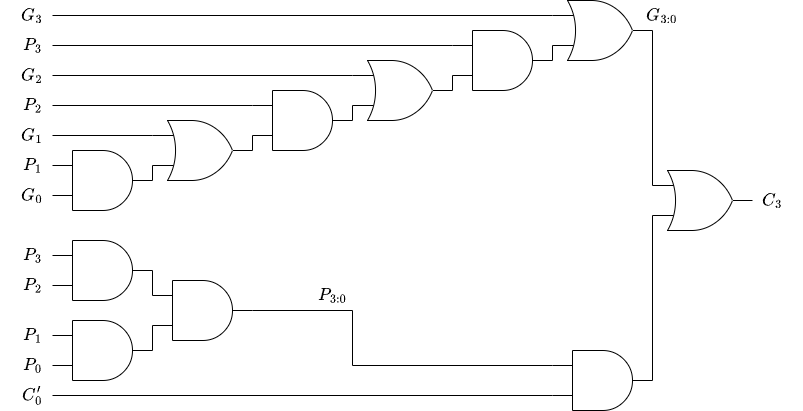
iinuma0710/computer_architecture keeps this draw.io diagram as images/4bit_adder_carry.drawio.png. Above is the earlier version. Source tidied: cells renumbered, new cells last; positions are measured from the earlier drawing's top-left corner, leaving out a move shared by most shapes. The source it was exported from:
```xml
<mxGraphModel math="1">
  <root>
    <mxCell id="0" />
    <mxCell id="1" parent="0" />
    <mxCell id="2" style="verticalLabelPosition=bottom;shadow=0;dashed=0;align=center;html=1;verticalAlign=top;shape=mxgraph.electrical.logic_gates.logic_gate;operation=and;" parent="1" vertex="1">
      <mxGeometry x="40" y="150" width="100" height="60" as="geometry" />
    </mxCell>
    <mxCell id="3" style="verticalLabelPosition=bottom;shadow=0;dashed=0;align=center;html=1;verticalAlign=top;shape=mxgraph.electrical.logic_gates.logic_gate;operation=or;" parent="1" vertex="1">
      <mxGeometry x="140" y="120" width="100" height="60" as="geometry" />
    </mxCell>
    <mxCell id="4" style="verticalLabelPosition=bottom;shadow=0;dashed=0;align=center;html=1;verticalAlign=top;shape=mxgraph.electrical.logic_gates.logic_gate;operation=and;" parent="1" vertex="1">
      <mxGeometry x="240" y="90" width="100" height="60" as="geometry" />
    </mxCell>
    <mxCell id="5" style="verticalLabelPosition=bottom;shadow=0;dashed=0;align=center;html=1;verticalAlign=top;shape=mxgraph.electrical.logic_gates.logic_gate;operation=or;" parent="1" vertex="1">
      <mxGeometry x="340" y="60" width="100" height="60" as="geometry" />
    </mxCell>
    <mxCell id="6" style="verticalLabelPosition=bottom;shadow=0;dashed=0;align=center;html=1;verticalAlign=top;shape=mxgraph.electrical.logic_gates.logic_gate;operation=and;" parent="1" vertex="1">
      <mxGeometry x="440" y="30" width="100" height="60" as="geometry" />
    </mxCell>
    <mxCell id="7" style="verticalLabelPosition=bottom;shadow=0;dashed=0;align=center;html=1;verticalAlign=top;shape=mxgraph.electrical.logic_gates.logic_gate;operation=or;" parent="1" vertex="1">
      <mxGeometry x="540" width="100" height="60" as="geometry" />
    </mxCell>
    <mxCell id="8" style="endArrow=none;html=1;entryX=0;entryY=0.75;entryDx=0;entryDy=0;entryPerimeter=0;exitX=1;exitY=0.5;exitDx=0;exitDy=0;exitPerimeter=0;" parent="1" edge="1" source="2" target="3">
      <mxGeometry relative="1" as="geometry" />
    </mxCell>
    <mxCell id="9" style="endArrow=none;html=1;entryX=0;entryY=0.75;entryDx=0;entryDy=0;entryPerimeter=0;exitX=1;exitY=0.5;exitDx=0;exitDy=0;exitPerimeter=0;" parent="1" edge="1" source="3" target="4">
      <mxGeometry relative="1" as="geometry" />
    </mxCell>
    <mxCell id="10" style="endArrow=none;html=1;entryX=0;entryY=0.75;entryDx=0;entryDy=0;entryPerimeter=0;exitX=1;exitY=0.5;exitDx=0;exitDy=0;exitPerimeter=0;" parent="1" edge="1" source="4" target="5">
      <mxGeometry relative="1" as="geometry" />
    </mxCell>
    <mxCell id="11" style="endArrow=none;html=1;entryX=0;entryY=0.75;entryDx=0;entryDy=0;entryPerimeter=0;exitX=1;exitY=0.5;exitDx=0;exitDy=0;exitPerimeter=0;" parent="1" edge="1" source="5" target="6">
      <mxGeometry relative="1" as="geometry" />
    </mxCell>
    <mxCell id="12" style="endArrow=none;html=1;entryX=0;entryY=0.75;entryDx=0;entryDy=0;entryPerimeter=0;exitX=1;exitY=0.5;exitDx=0;exitDy=0;exitPerimeter=0;" parent="1" edge="1" source="6" target="7">
      <mxGeometry relative="1" as="geometry" />
    </mxCell>
    <mxCell id="13" style="endArrow=none;html=1;entryX=0;entryY=0.25;entryDx=0;entryDy=0;entryPerimeter=0;" parent="1" edge="1" target="3">
      <mxGeometry relative="1" as="geometry">
        <mxPoint x="40" y="135" as="sourcePoint" />
      </mxGeometry>
    </mxCell>
    <mxCell id="14" style="endArrow=none;html=1;entryX=0;entryY=0.25;entryDx=0;entryDy=0;entryPerimeter=0;" parent="1" edge="1" target="4">
      <mxGeometry relative="1" as="geometry">
        <mxPoint x="40" y="105" as="sourcePoint" />
      </mxGeometry>
    </mxCell>
    <mxCell id="15" style="endArrow=none;html=1;entryX=0;entryY=0.25;entryDx=0;entryDy=0;entryPerimeter=0;" parent="1" edge="1" target="5">
      <mxGeometry relative="1" as="geometry">
        <mxPoint x="40" y="75" as="sourcePoint" />
      </mxGeometry>
    </mxCell>
    <mxCell id="16" style="endArrow=none;html=1;entryX=0;entryY=0.25;entryDx=0;entryDy=0;entryPerimeter=0;" parent="1" edge="1" target="6">
      <mxGeometry relative="1" as="geometry">
        <mxPoint x="40" y="45" as="sourcePoint" />
      </mxGeometry>
    </mxCell>
    <mxCell id="17" style="endArrow=none;html=1;entryX=0;entryY=0.25;entryDx=0;entryDy=0;entryPerimeter=0;" parent="1" edge="1" target="7">
      <mxGeometry relative="1" as="geometry">
        <mxPoint x="40" y="15" as="sourcePoint" />
      </mxGeometry>
    </mxCell>
    <mxCell id="18" style="verticalLabelPosition=bottom;shadow=0;dashed=0;align=center;html=1;verticalAlign=top;shape=mxgraph.electrical.logic_gates.logic_gate;operation=and;" parent="1" vertex="1">
      <mxGeometry x="40" y="240" width="100" height="60" as="geometry" />
    </mxCell>
    <mxCell id="19" style="verticalLabelPosition=bottom;shadow=0;dashed=0;align=center;html=1;verticalAlign=top;shape=mxgraph.electrical.logic_gates.logic_gate;operation=and;" parent="1" vertex="1">
      <mxGeometry x="40" y="320" width="100" height="60" as="geometry" />
    </mxCell>
    <mxCell id="20" style="verticalLabelPosition=bottom;shadow=0;dashed=0;align=center;html=1;verticalAlign=top;shape=mxgraph.electrical.logic_gates.logic_gate;operation=and;" parent="1" vertex="1">
      <mxGeometry x="140" y="280" width="100" height="60" as="geometry" />
    </mxCell>
    <mxCell id="21" style="endArrow=none;html=1;exitX=0;exitY=0.25;exitDx=0;exitDy=0;exitPerimeter=0;" parent="1" edge="1" source="20">
      <mxGeometry relative="1" as="geometry">
        <mxPoint x="140" y="270" as="targetPoint" />
      </mxGeometry>
    </mxCell>
    <mxCell id="22" style="endArrow=none;html=1;exitX=1;exitY=0.5;exitDx=0;exitDy=0;exitPerimeter=0;entryX=0;entryY=0.75;entryDx=0;entryDy=0;entryPerimeter=0;" parent="1" edge="1" source="19" target="20">
      <mxGeometry relative="1" as="geometry" />
    </mxCell>
    <mxCell id="23" style="verticalLabelPosition=bottom;shadow=0;dashed=0;align=center;html=1;verticalAlign=top;shape=mxgraph.electrical.logic_gates.logic_gate;operation=and;" parent="1" vertex="1">
      <mxGeometry x="540" y="350" width="100" height="60" as="geometry" />
    </mxCell>
    <mxCell id="24" style="endArrow=none;html=1;entryX=0;entryY=0.75;entryDx=0;entryDy=0;entryPerimeter=0;" parent="1" edge="1" target="23">
      <mxGeometry relative="1" as="geometry">
        <mxPoint x="40" y="395" as="sourcePoint" />
      </mxGeometry>
    </mxCell>
    <mxCell id="25" style="html=1;endArrow=none;endFill=0;edgeStyle=orthogonalEdgeStyle;rounded=0;startArrow=none;exitX=0;exitY=0.25;exitDx=0;exitDy=0;exitPerimeter=0;entryX=1;entryY=0.5;entryDx=0;entryDy=0;entryPerimeter=0;" parent="1" edge="1" source="23" target="20">
      <mxGeometry relative="1" as="geometry">
        <Array as="points">
          <mxPoint x="340" y="365" />
          <mxPoint x="340" y="310" />
        </Array>
      </mxGeometry>
    </mxCell>
    <mxCell id="26" style="verticalLabelPosition=bottom;shadow=0;dashed=0;align=center;html=1;verticalAlign=top;shape=mxgraph.electrical.logic_gates.logic_gate;operation=or;" parent="1" vertex="1">
      <mxGeometry x="640" y="170" width="100" height="60" as="geometry" />
    </mxCell>
    <mxCell id="27" style="endArrow=none;html=1;entryX=0;entryY=0.75;entryDx=0;entryDy=0;entryPerimeter=0;exitX=1;exitY=0.5;exitDx=0;exitDy=0;exitPerimeter=0;" parent="1" edge="1" source="23" target="26">
      <mxGeometry relative="1" as="geometry" />
    </mxCell>
    <mxCell id="28" style="endArrow=none;html=1;entryX=1;entryY=0.5;entryDx=0;entryDy=0;entryPerimeter=0;exitX=0;exitY=0.25;exitDx=0;exitDy=0;exitPerimeter=0;" parent="1" edge="1" source="26" target="7">
      <mxGeometry relative="1" as="geometry" />
    </mxCell>
    <mxCell id="29" value="$$G_3$$" style="text;strokeColor=none;align=center;fillColor=none;html=1;verticalAlign=middle;whiteSpace=wrap;rounded=0;fontSize=15;" parent="1" vertex="1">
      <mxGeometry width="40" height="30" as="geometry" />
    </mxCell>
    <mxCell id="30" value="$$P_3$$" style="text;strokeColor=none;align=center;fillColor=none;html=1;verticalAlign=middle;whiteSpace=wrap;rounded=0;fontSize=15;" parent="1" vertex="1">
      <mxGeometry y="30" width="40" height="30" as="geometry" />
    </mxCell>
    <mxCell id="31" value="$$G_2$$" style="text;strokeColor=none;align=center;fillColor=none;html=1;verticalAlign=middle;whiteSpace=wrap;rounded=0;fontSize=15;" parent="1" vertex="1">
      <mxGeometry y="60" width="40" height="30" as="geometry" />
    </mxCell>
    <mxCell id="32" value="$$P_2$$" style="text;strokeColor=none;align=center;fillColor=none;html=1;verticalAlign=middle;whiteSpace=wrap;rounded=0;fontSize=15;" parent="1" vertex="1">
      <mxGeometry y="90" width="40" height="30" as="geometry" />
    </mxCell>
    <mxCell id="33" value="$$G_1$$" style="text;strokeColor=none;align=center;fillColor=none;html=1;verticalAlign=middle;whiteSpace=wrap;rounded=0;fontSize=15;" parent="1" vertex="1">
      <mxGeometry y="120" width="40" height="30" as="geometry" />
    </mxCell>
    <mxCell id="34" value="$$P_1$$" style="text;strokeColor=none;align=center;fillColor=none;html=1;verticalAlign=middle;whiteSpace=wrap;rounded=0;fontSize=15;" parent="1" vertex="1">
      <mxGeometry y="150" width="40" height="30" as="geometry" />
    </mxCell>
    <mxCell id="35" value="$$G_0$$" style="text;strokeColor=none;align=center;fillColor=none;html=1;verticalAlign=middle;whiteSpace=wrap;rounded=0;fontSize=15;" parent="1" vertex="1">
      <mxGeometry y="180" width="40" height="30" as="geometry" />
    </mxCell>
    <mxCell id="36" value="$$P_3$$" style="text;strokeColor=none;align=center;fillColor=none;html=1;verticalAlign=middle;whiteSpace=wrap;rounded=0;fontSize=15;" parent="1" vertex="1">
      <mxGeometry y="240" width="40" height="30" as="geometry" />
    </mxCell>
    <mxCell id="37" value="$$P_2$$" style="text;strokeColor=none;align=center;fillColor=none;html=1;verticalAlign=middle;whiteSpace=wrap;rounded=0;fontSize=15;" parent="1" vertex="1">
      <mxGeometry y="270" width="40" height="30" as="geometry" />
    </mxCell>
    <mxCell id="38" value="$$P_1$$" style="text;strokeColor=none;align=center;fillColor=none;html=1;verticalAlign=middle;whiteSpace=wrap;rounded=0;fontSize=15;" parent="1" vertex="1">
      <mxGeometry y="320" width="40" height="30" as="geometry" />
    </mxCell>
    <mxCell id="39" value="$$P_0$$" style="text;strokeColor=none;align=center;fillColor=none;html=1;verticalAlign=middle;whiteSpace=wrap;rounded=0;fontSize=15;" parent="1" vertex="1">
      <mxGeometry y="350" width="40" height="30" as="geometry" />
    </mxCell>
    <mxCell id="40" value="$$C'_0$$" style="text;strokeColor=none;align=center;fillColor=none;html=1;verticalAlign=middle;whiteSpace=wrap;rounded=0;fontSize=15;" parent="1" vertex="1">
      <mxGeometry y="380" width="40" height="30" as="geometry" />
    </mxCell>
    <mxCell id="41" value="$$C_3$$" style="text;strokeColor=none;align=center;fillColor=none;html=1;verticalAlign=middle;whiteSpace=wrap;rounded=0;fontSize=15;" parent="1" vertex="1">
      <mxGeometry x="740" y="185" width="40" height="30" as="geometry" />
    </mxCell>
    <mxCell id="42" value="$$G_{3:0}$$" style="text;strokeColor=none;align=center;fillColor=none;html=1;verticalAlign=middle;whiteSpace=wrap;rounded=0;fontSize=15;" parent="1" vertex="1">
      <mxGeometry x="630" width="40" height="30" as="geometry" />
    </mxCell>
    <mxCell id="43" value="$$P_{3:0}$$" style="text;strokeColor=none;align=center;fillColor=none;html=1;verticalAlign=middle;whiteSpace=wrap;rounded=0;fontSize=15;" parent="1" vertex="1">
      <mxGeometry x="300" y="280" width="40" height="30" as="geometry" />
    </mxCell>
  </root>
</mxGraphModel>
```
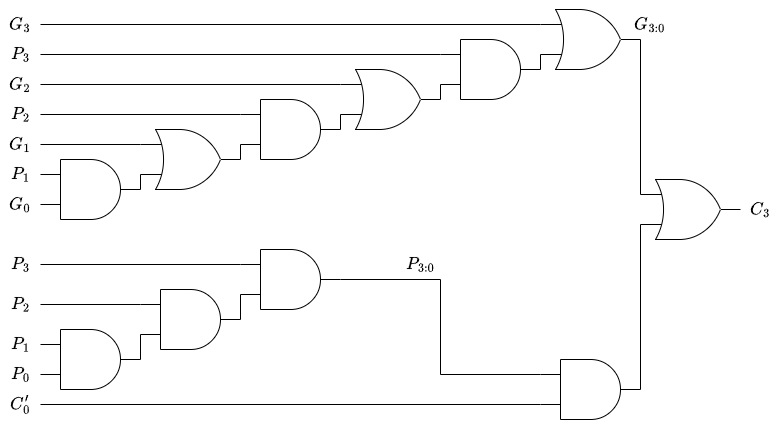
The same file after the commit.

Diff of the diagram source:
```diff
@@ -61,7 +61,7 @@
       </mxGeometry>
     </mxCell>
     <mxCell id="18" style="verticalLabelPosition=bottom;shadow=0;dashed=0;align=center;html=1;verticalAlign=top;shape=mxgraph.electrical.logic_gates.logic_gate;operation=and;" parent="1" vertex="1">
-      <mxGeometry x="40" y="240" width="100" height="60" as="geometry" />
+      <mxGeometry x="240" y="240" width="100" height="60" as="geometry" />
     </mxCell>
     <mxCell id="19" style="verticalLabelPosition=bottom;shadow=0;dashed=0;align=center;html=1;verticalAlign=top;shape=mxgraph.electrical.logic_gates.logic_gate;operation=and;" parent="1" vertex="1">
       <mxGeometry x="40" y="320" width="100" height="60" as="geometry" />
@@ -69,11 +69,6 @@
     <mxCell id="20" style="verticalLabelPosition=bottom;shadow=0;dashed=0;align=center;html=1;verticalAlign=top;shape=mxgraph.electrical.logic_gates.logic_gate;operation=and;" parent="1" vertex="1">
       <mxGeometry x="140" y="280" width="100" height="60" as="geometry" />
     </mxCell>
-    <mxCell id="21" style="endArrow=none;html=1;exitX=0;exitY=0.25;exitDx=0;exitDy=0;exitPerimeter=0;" parent="1" edge="1" source="20">
-      <mxGeometry relative="1" as="geometry">
-        <mxPoint x="140" y="270" as="targetPoint" />
-      </mxGeometry>
-    </mxCell>
     <mxCell id="22" style="endArrow=none;html=1;exitX=1;exitY=0.5;exitDx=0;exitDy=0;exitPerimeter=0;entryX=0;entryY=0.75;entryDx=0;entryDy=0;entryPerimeter=0;" parent="1" edge="1" source="19" target="20">
       <mxGeometry relative="1" as="geometry" />
     </mxCell>
@@ -85,11 +80,11 @@
         <mxPoint x="40" y="395" as="sourcePoint" />
       </mxGeometry>
     </mxCell>
-    <mxCell id="25" style="html=1;endArrow=none;endFill=0;edgeStyle=orthogonalEdgeStyle;rounded=0;startArrow=none;exitX=0;exitY=0.25;exitDx=0;exitDy=0;exitPerimeter=0;entryX=1;entryY=0.5;entryDx=0;entryDy=0;entryPerimeter=0;" parent="1" edge="1" source="23" target="20">
+    <mxCell id="25" style="html=1;endArrow=none;endFill=0;edgeStyle=orthogonalEdgeStyle;rounded=0;startArrow=none;exitX=0;exitY=0.25;exitDx=0;exitDy=0;exitPerimeter=0;entryX=1;entryY=0.5;entryDx=0;entryDy=0;entryPerimeter=0;" parent="1" edge="1" source="23" target="18">
       <mxGeometry relative="1" as="geometry">
         <Array as="points">
-          <mxPoint x="340" y="365" />
-          <mxPoint x="340" y="310" />
+          <mxPoint x="440" y="365" />
+          <mxPoint x="440" y="270" />
         </Array>
       </mxGeometry>
     </mxCell>
@@ -127,7 +122,7 @@
       <mxGeometry y="240" width="40" height="30" as="geometry" />
     </mxCell>
     <mxCell id="37" value="$$P_2$$" style="text;strokeColor=none;align=center;fillColor=none;html=1;verticalAlign=middle;whiteSpace=wrap;rounded=0;fontSize=15;" parent="1" vertex="1">
-      <mxGeometry y="270" width="40" height="30" as="geometry" />
+      <mxGeometry y="280" width="40" height="30" as="geometry" />
     </mxCell>
     <mxCell id="38" value="$$P_1$$" style="text;strokeColor=none;align=center;fillColor=none;html=1;verticalAlign=middle;whiteSpace=wrap;rounded=0;fontSize=15;" parent="1" vertex="1">
       <mxGeometry y="320" width="40" height="30" as="geometry" />
@@ -145,7 +140,16 @@
       <mxGeometry x="630" width="40" height="30" as="geometry" />
     </mxCell>
     <mxCell id="43" value="$$P_{3:0}$$" style="text;strokeColor=none;align=center;fillColor=none;html=1;verticalAlign=middle;whiteSpace=wrap;rounded=0;fontSize=15;" parent="1" vertex="1">
-      <mxGeometry x="300" y="280" width="40" height="30" as="geometry" />
+      <mxGeometry x="400" y="240" width="40" height="30" as="geometry" />
     </mxCell>
+    <mxCell id="44" style="endArrow=none;html=1;entryX=1;entryY=0.5;entryDx=0;entryDy=0;exitX=0;exitY=0.25;exitDx=0;exitDy=0;exitPerimeter=0;" parent="1" edge="1" source="18" target="36">
+      <mxGeometry relative="1" as="geometry" />
+    </mxCell>
+    <mxCell id="45" style="endArrow=none;html=1;entryX=0;entryY=0.75;entryDx=0;entryDy=0;entryPerimeter=0;exitX=1;exitY=0.5;exitDx=0;exitDy=0;exitPerimeter=0;" parent="1" edge="1" source="20" target="18">
+      <mxGeometry relative="1" as="geometry" />
+    </mxCell>
+    <mxCell id="46" style="endArrow=none;html=1;exitX=0;exitY=0.25;exitDx=0;exitDy=0;exitPerimeter=0;entryX=1;entryY=0.5;entryDx=0;entryDy=0;" parent="1" edge="1" source="20" target="37">
+      <mxGeometry relative="1" as="geometry" />
+    </mxCell>
   </root>
 </mxGraphModel>
```
